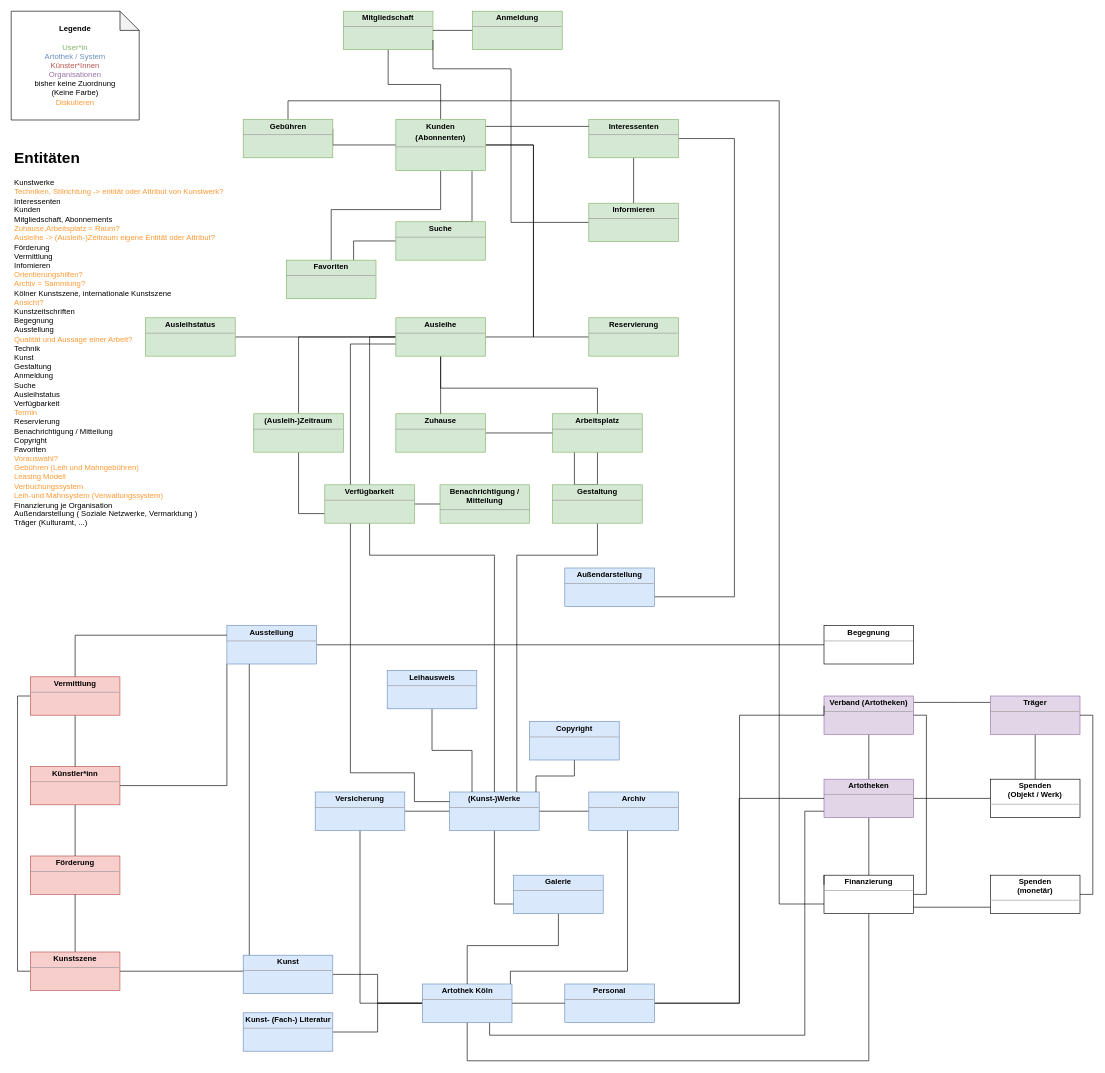
This is page "Domänenmodell" (1 of 2) of Artefakte/Untitled Diagram.drawio from JJJS777/EPWS2122KwintSchiller, a draw.io file, before an edit. Source tidied: cells renumbered, new cells numbered last; positions are measured from the earlier drawing's top-left corner, leaving out a move shared by most shapes. Both pictures are drawn from the tidied source at 64%, with x=0, y=0 at pixel (11, 11).
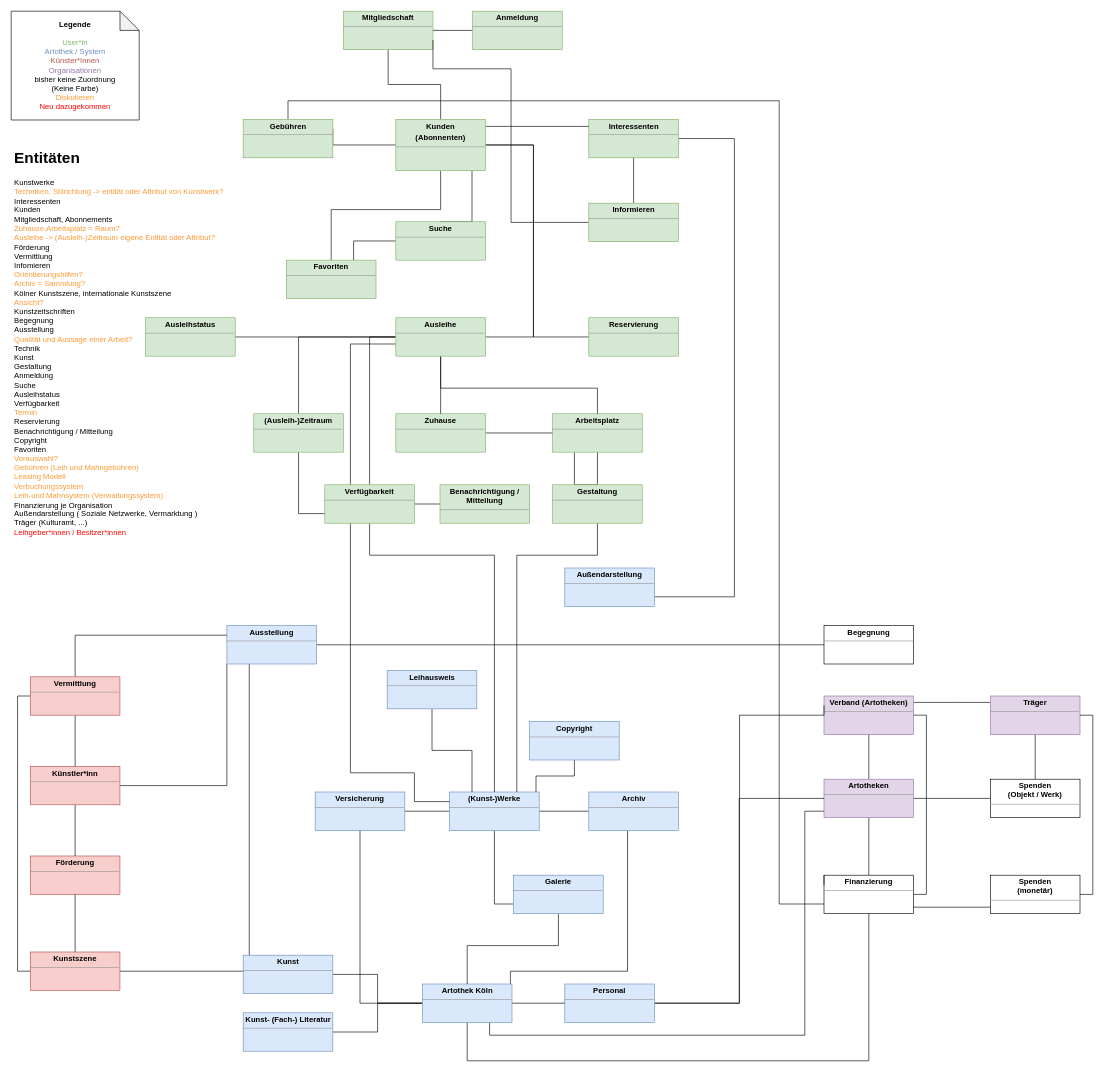
The same diagram, later.

Diff of the diagram source:
```diff
@@
-    <mxCell id="17" value="&lt;h1&gt;Entitäten&lt;/h1&gt;&lt;div&gt;Kunstwerke&lt;span&gt; &lt;/span&gt;&lt;span&gt; &lt;/span&gt;&lt;div&gt;&lt;font color=&quot;#FF9933&quot;&gt;Techniken, Stilrichtung -&amp;gt; entität oder Attribut von Kunstwerk?&lt;/font&gt;&lt;/div&gt;&lt;/div&gt;&lt;div&gt;Interessenten&lt;/div&gt;&lt;div&gt;Kunden&lt;/div&gt;&lt;div&gt;Mitgliedschaft, Abonnements&lt;/div&gt;&lt;div&gt;&lt;font color=&quot;#FF9933&quot;&gt;Zuhause,Arbeitsplatz = Raum?&lt;/font&gt;&lt;/div&gt;&lt;div&gt;&lt;font color=&quot;#FF9933&quot;&gt;Ausleihe -&amp;gt; (Ausleih-)Zeitraum eigene Entität oder Attribut?&lt;/font&gt;&lt;br&gt;Förderung &lt;br&gt;&lt;/div&gt;&lt;div&gt;Vermittlung&lt;/div&gt;&lt;div&gt;Infomieren&lt;/div&gt;&lt;div&gt;&lt;font color=&quot;#FF9933&quot;&gt;Orientierungshilfen?&lt;/font&gt;&lt;/div&gt;&lt;div&gt;&lt;font color=&quot;#FF9933&quot;&gt;Archiv = Sammlung?&lt;/font&gt;&lt;/div&gt;&lt;div&gt;Kölner Kunstszene, internationale Kunstszene&lt;/div&gt;&lt;div&gt;&lt;font color=&quot;#FF9933&quot;&gt;Ansicht?&lt;/font&gt;&lt;br&gt;Kunstzeitschriften&lt;/div&gt;&lt;div&gt;Begegnung&lt;/div&gt;&lt;div&gt;Ausstellung&lt;/div&gt;&lt;div&gt;&lt;font color=&quot;#FF9933&quot;&gt;Qualität und Aussage einer Arbeit?&lt;/font&gt;&lt;/div&gt;&lt;div&gt;Technik&lt;/div&gt;&lt;div&gt;Kunst&lt;/div&gt;&lt;div&gt;Gestaltung&lt;/div&gt;&lt;div&gt;Anmeldung&lt;/div&gt;&lt;div&gt;Suche&lt;/div&gt;&lt;div&gt;Ausleihstatus&lt;br&gt;Verfügbarkeit&lt;/div&gt;&lt;div&gt;&lt;font color=&quot;#FF9933&quot;&gt;Termin&lt;/font&gt;&lt;/div&gt;&lt;div&gt;Reservierung&lt;br&gt;Benachrichtigung / Mitteilung&lt;br&gt;Copyright&lt;br&gt;Favoriten&lt;/div&gt;&lt;div&gt;&lt;font color=&quot;#FF9933&quot;&gt;Vorauswahl?&lt;/font&gt;&lt;/div&gt;&lt;div&gt;&lt;font color=&quot;#FF9933&quot;&gt;Gebühren (Leih und Mahngebühren)&lt;br&gt;&lt;/font&gt;&lt;/div&gt;&lt;div&gt;&lt;font color=&quot;#FF9933&quot;&gt;Leasing Modell&lt;br&gt;&lt;/font&gt;&lt;/div&gt;&lt;div&gt;&lt;font color=&quot;#FF9933&quot;&gt;Verbuchungssystem&lt;br&gt;Leih-und Mahnsystem (Verwaltungssystem)&lt;/font&gt;&lt;/div&gt;&lt;div&gt;&lt;span style=&quot;font-size: 11pt ; font-family: &amp;#34;arial&amp;#34; ; color: rgb(0 , 0 , 0) ; background-color: transparent ; font-weight: 400 ; font-style: normal ; font-variant: normal ; text-decoration: none ; vertical-align: baseline&quot; id=&quot;docs-internal-guid-f6005349-7fff-5bcc-70b4-9639776ee710&quot;&gt;&lt;/span&gt;&lt;/div&gt;&lt;div&gt;Finanzierung je Organisation&lt;br&gt;Außendarstellung ( Soziale Netzwerke, Vermarktung ) &lt;br&gt;&lt;/div&gt;&lt;div&gt;Träger (Kulturamt, ...)&lt;br&gt;&lt;/div&gt;" style="text;html=1;strokeColor=none;fillColor=none;spacing=5;spacingTop=-20;whiteSpace=wrap;overflow=hidden;rounded=0;" parent="1" vertex="1">
+    <mxCell id="17" value="&lt;h1&gt;Entitäten&lt;/h1&gt;&lt;div&gt;Kunstwerke&lt;span&gt; &lt;/span&gt;&lt;span&gt; &lt;/span&gt;&lt;div&gt;&lt;font color=&quot;#FF9933&quot;&gt;Techniken, Stilrichtung -&amp;gt; entität oder Attribut von Kunstwerk?&lt;/font&gt;&lt;/div&gt;&lt;/div&gt;&lt;div&gt;Interessenten&lt;/div&gt;&lt;div&gt;Kunden&lt;/div&gt;&lt;div&gt;Mitgliedschaft, Abonnements&lt;/div&gt;&lt;div&gt;&lt;font color=&quot;#FF9933&quot;&gt;Zuhause,Arbeitsplatz = Raum?&lt;/font&gt;&lt;/div&gt;&lt;div&gt;&lt;font color=&quot;#FF9933&quot;&gt;Ausleihe -&amp;gt; (Ausleih-)Zeitraum eigene Entität oder Attribut?&lt;/font&gt;&lt;br&gt;Förderung &lt;br&gt;&lt;/div&gt;&lt;div&gt;Vermittlung&lt;/div&gt;&lt;div&gt;Infomieren&lt;/div&gt;&lt;div&gt;&lt;font color=&quot;#FF9933&quot;&gt;Orientierungshilfen?&lt;/font&gt;&lt;/div&gt;&lt;div&gt;&lt;font color=&quot;#FF9933&quot;&gt;Archiv = Sammlung?&lt;/font&gt;&lt;/div&gt;&lt;div&gt;Kölner Kunstszene, internationale Kunstszene&lt;/div&gt;&lt;div&gt;&lt;font color=&quot;#FF9933&quot;&gt;Ansicht?&lt;/font&gt;&lt;br&gt;Kunstzeitschriften&lt;/div&gt;&lt;div&gt;Begegnung&lt;/div&gt;&lt;div&gt;Ausstellung&lt;/div&gt;&lt;div&gt;&lt;font color=&quot;#FF9933&quot;&gt;Qualität und Aussage einer Arbeit?&lt;/font&gt;&lt;/div&gt;&lt;div&gt;Technik&lt;/div&gt;&lt;div&gt;Kunst&lt;/div&gt;&lt;div&gt;Gestaltung&lt;/div&gt;&lt;div&gt;Anmeldung&lt;/div&gt;&lt;div&gt;Suche&lt;/div&gt;&lt;div&gt;Ausleihstatus&lt;br&gt;Verfügbarkeit&lt;/div&gt;&lt;div&gt;&lt;font color=&quot;#FF9933&quot;&gt;Termin&lt;/font&gt;&lt;/div&gt;&lt;div&gt;Reservierung&lt;br&gt;Benachrichtigung / Mitteilung&lt;br&gt;Copyright&lt;br&gt;Favoriten&lt;/div&gt;&lt;div&gt;&lt;font color=&quot;#FF9933&quot;&gt;Vorauswahl?&lt;/font&gt;&lt;/div&gt;&lt;div&gt;&lt;font color=&quot;#FF9933&quot;&gt;Gebühren (Leih und Mahngebühren)&lt;br&gt;&lt;/font&gt;&lt;/div&gt;&lt;div&gt;&lt;font color=&quot;#FF9933&quot;&gt;Leasing Modell&lt;br&gt;&lt;/font&gt;&lt;/div&gt;&lt;div&gt;&lt;font color=&quot;#FF9933&quot;&gt;Verbuchungssystem&lt;br&gt;Leih-und Mahnsystem (Verwaltungssystem)&lt;/font&gt;&lt;/div&gt;&lt;div&gt;&lt;span style=&quot;font-size: 11pt ; font-family: &amp;#34;arial&amp;#34; ; color: rgb(0 , 0 , 0) ; background-color: transparent ; font-weight: 400 ; font-style: normal ; font-variant: normal ; text-decoration: none ; vertical-align: baseline&quot; id=&quot;docs-internal-guid-f6005349-7fff-5bcc-70b4-9639776ee710&quot;&gt;&lt;/span&gt;&lt;/div&gt;&lt;div&gt;Finanzierung je Organisation&lt;br&gt;Außendarstellung ( Soziale Netzwerke, Vermarktung ) &lt;br&gt;&lt;/div&gt;&lt;div&gt;Träger (Kulturamt, ...)&lt;/div&gt;&lt;div&gt;&lt;font color=&quot;#FF0000&quot;&gt;Leihgeber*innen / Besitzer*innen&lt;/font&gt;&lt;br&gt;&lt;/div&gt;" style="text;html=1;strokeColor=none;fillColor=none;spacing=5;spacingTop=-20;whiteSpace=wrap;overflow=hidden;rounded=0;" parent="1" vertex="1">
       <mxGeometry y="210" width="370" height="800" as="geometry" />
     </mxCell>
@@
-    <mxCell id="69" value="&lt;div align=&quot;center&quot;&gt;&lt;b&gt;Legende &lt;br&gt;&lt;/b&gt;&lt;/div&gt;&lt;div align=&quot;center&quot;&gt;&lt;br&gt;&lt;font color=&quot;#82B366&quot;&gt;User*in&lt;/font&gt;&lt;br&gt;&lt;font color=&quot;#6C8EBF&quot;&gt;Artothek / System&lt;/font&gt;&lt;br&gt;&lt;font color=&quot;#B85450&quot;&gt;Künster*Innen&lt;/font&gt;&lt;br&gt;&lt;font color=&quot;#9673A6&quot;&gt;Organisationen&lt;/font&gt;&lt;br&gt;bisher keine Zuordnung &lt;br&gt;(Keine Farbe)&lt;br&gt;&lt;font color=&quot;#FF00FF&quot;&gt;&lt;font color=&quot;#67AB9F&quot;&gt;&lt;font color=&quot;#FF9933&quot;&gt;Diskutieren&lt;/font&gt;&lt;br&gt;&lt;/font&gt;&lt;/font&gt;&lt;/div&gt;" style="shape=note;whiteSpace=wrap;html=1;backgroundOutline=1;darkOpacity=0.05;align=center;" parent="1" vertex="1">
+    <mxCell id="69" value="&lt;div align=&quot;center&quot;&gt;&lt;b&gt;Legende &lt;br&gt;&lt;/b&gt;&lt;/div&gt;&lt;div align=&quot;center&quot;&gt;&lt;br&gt;&lt;font color=&quot;#82B366&quot;&gt;User*in&lt;/font&gt;&lt;br&gt;&lt;font color=&quot;#6C8EBF&quot;&gt;Artothek / System&lt;/font&gt;&lt;br&gt;&lt;font color=&quot;#B85450&quot;&gt;Künster*Innen&lt;/font&gt;&lt;br&gt;&lt;font color=&quot;#9673A6&quot;&gt;Organisationen&lt;/font&gt;&lt;br&gt;bisher keine Zuordnung &lt;br&gt;(Keine Farbe)&lt;br&gt;&lt;font color=&quot;#FF00FF&quot;&gt;&lt;font color=&quot;#67AB9F&quot;&gt;&lt;font color=&quot;#FF9933&quot;&gt;Diskutieren&lt;/font&gt;&lt;br&gt;&lt;/font&gt;&lt;/font&gt;&lt;/div&gt;&lt;div align=&quot;center&quot;&gt;&lt;font color=&quot;#FF00FF&quot;&gt;&lt;font color=&quot;#67AB9F&quot;&gt;&lt;font color=&quot;#FF0000&quot;&gt;Neu dazugekommen&lt;/font&gt;&lt;br&gt;&lt;/font&gt;&lt;/font&gt;&lt;/div&gt;" style="shape=note;whiteSpace=wrap;html=1;backgroundOutline=1;darkOpacity=0.05;align=center;" parent="1" vertex="1">
       <mxGeometry width="200" height="170" as="geometry" />
     </mxCell>
```
